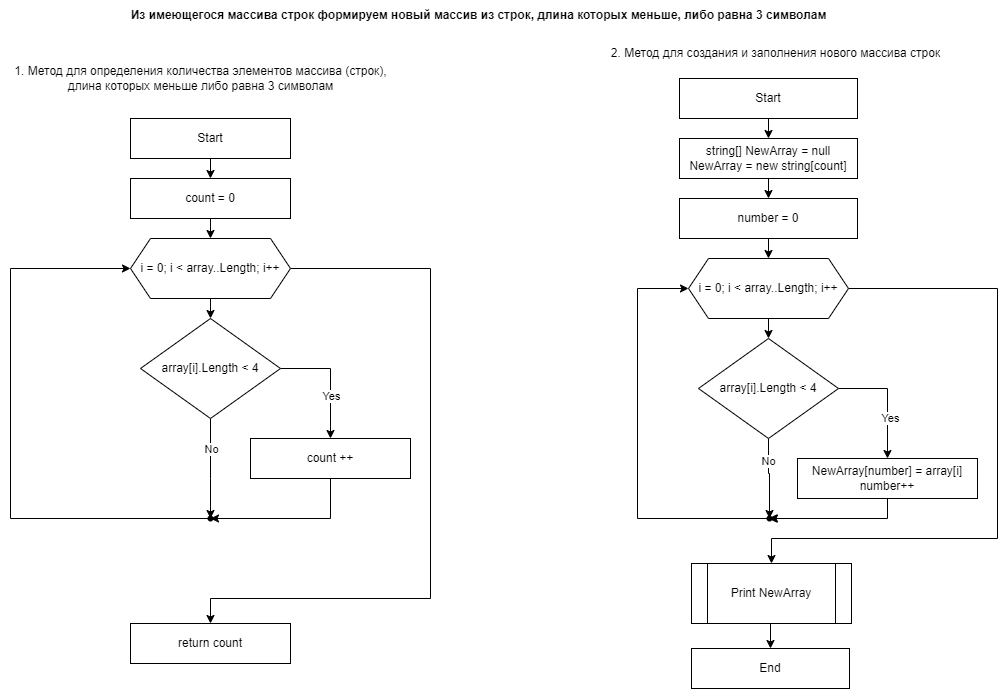
This is Blocks.png from depahomov/control_work, a draw.io export, as it was before one commit. Source tidied: cells renumbered, new cells last; positions are measured from the earlier drawing's top-left corner, leaving out a move shared by most shapes.
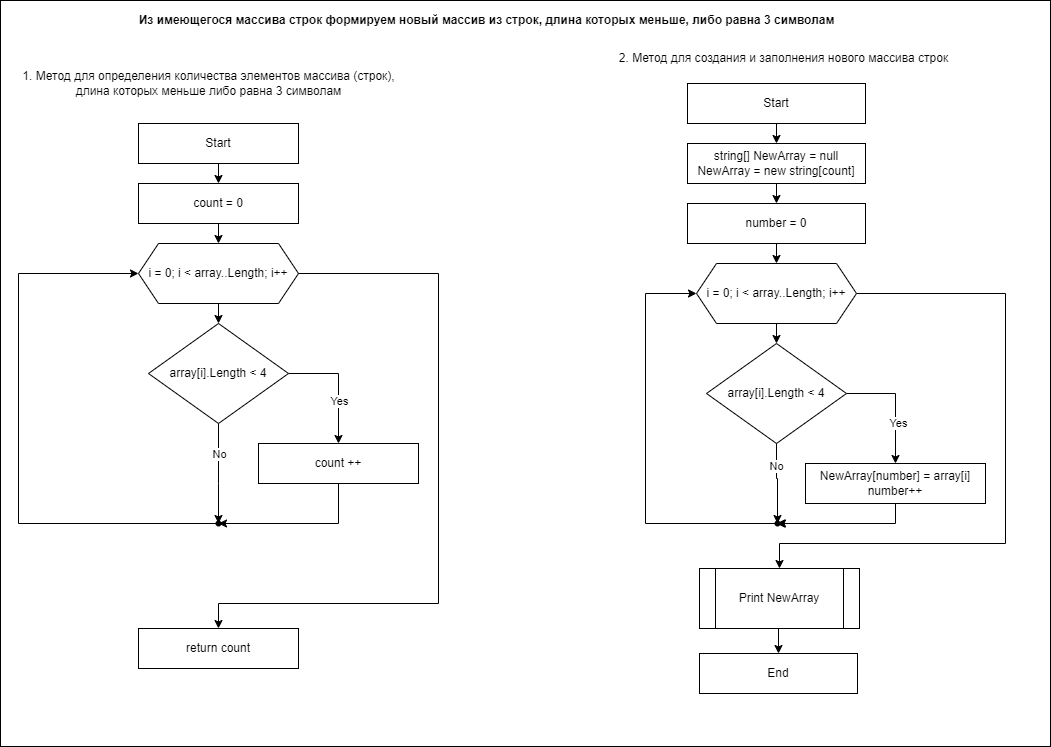
Later version of the same file.

What changed in the source:
```diff
@@ -2,6 +2,9 @@
   <root>
     <mxCell id="0" />
     <mxCell id="1" parent="0" />
+    <mxCell id="44" style="rounded=0;whiteSpace=wrap;html=1;" parent="1" vertex="1">
+      <mxGeometry x="-8" y="-5" width="1050" height="746" as="geometry" />
+    </mxCell>
     <mxCell id="2" value="Из имеющегося массива строк формируем новый массив из строк, длина которых меньше, либо равна 3 символам" style="text;html=1;align=center;verticalAlign=middle;strokeColor=none;fillColor=none;fontStyle=1;" parent="1" vertex="1">
       <mxGeometry x="118" width="720" height="30" as="geometry" />
     </mxCell>
```
